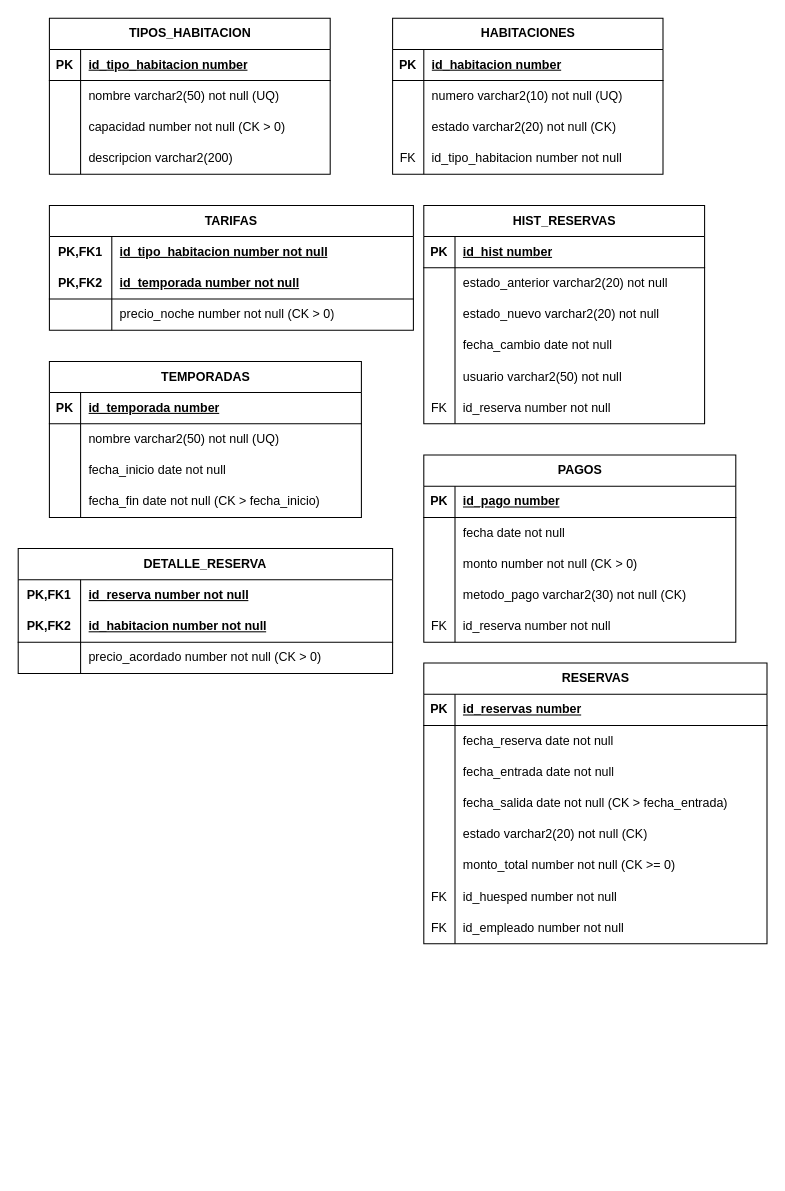
Before: G11_Modelo_Relacional .drawio in byronma-ui/hotel-costa-pacifico, a draw.io diagram. Source tidied: cells renumbered, new cells numbered last; positions are measured from the earlier drawing's top-left corner, leaving out a move shared by most shapes. Both pictures are drawn from the tidied source at 104%, with x=0, y=0 at pixel (18, 18).
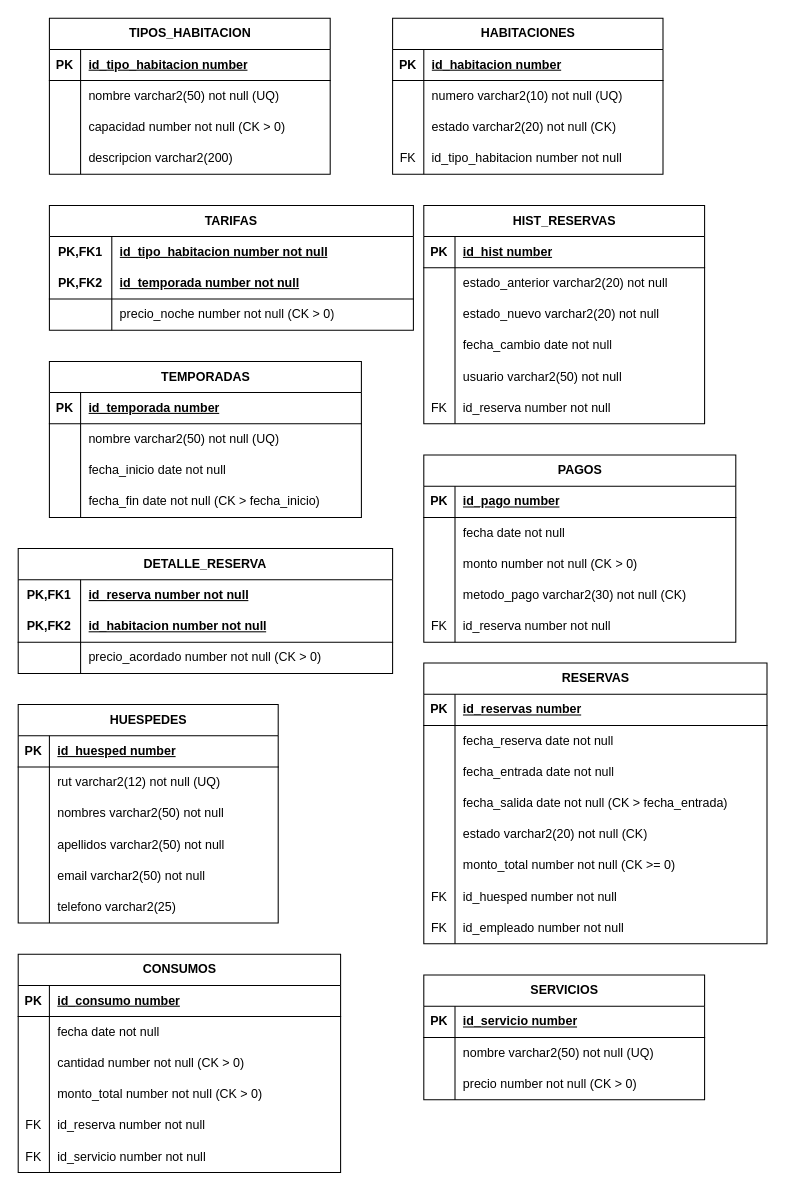
The same page after the edit.

Diff of the diagram source:
```diff
@@
+    <mxCell id="121" value="HUESPEDES" style="shape=table;startSize=30;childLayout=tableLayout;rowLines=0;fontStyle=1;align=center;html=1;" parent="1" vertex="1">
+      <mxGeometry y="660" width="250" height="210" as="geometry" />
+    </mxCell>
+    <mxCell id="122" style="shape=tableRow;horizontal=0;startSize=0;swimlaneHead=0;swimlaneBody=0;fillColor=none;top=0;left=0;right=0;bottom=1;" parent="121" vertex="1">
+      <mxGeometry y="30" width="250" height="30" as="geometry" />
+    </mxCell>
+    <mxCell id="123" value="PK" style="shape=partialRectangle;fillColor=none;top=0;left=0;bottom=0;right=0;fontStyle=1;overflow=hidden;whiteSpace=wrap;html=1;" parent="122" vertex="1">
+      <mxGeometry width="30" height="30" as="geometry" />
+    </mxCell>
+    <mxCell id="124" value="id_huesped number" style="shape=partialRectangle;fillColor=none;top=0;left=0;bottom=0;right=0;align=left;spacingLeft=6;fontStyle=5;overflow=hidden;whiteSpace=wrap;html=1;" parent="122" vertex="1">
+      <mxGeometry x="30" width="220" height="30" as="geometry" />
+    </mxCell>
+    <mxCell id="125" style="shape=tableRow;horizontal=0;startSize=0;swimlaneHead=0;swimlaneBody=0;fillColor=none;top=0;left=0;right=0;bottom=0;" parent="121" vertex="1">
+      <mxGeometry y="60" width="250" height="30" as="geometry" />
+    </mxCell>
+    <mxCell id="126" style="shape=partialRectangle;fillColor=none;top=0;left=0;bottom=0;right=0;overflow=hidden;whiteSpace=wrap;html=1;" parent="125" vertex="1">
+      <mxGeometry width="30" height="30" as="geometry" />
+    </mxCell>
+    <mxCell id="127" value="rut varchar2(12) not null (UQ)" style="shape=partialRectangle;fillColor=none;top=0;left=0;bottom=0;right=0;align=left;spacingLeft=6;overflow=hidden;whiteSpace=wrap;html=1;" parent="125" vertex="1">
+      <mxGeometry x="30" width="220" height="30" as="geometry" />
+    </mxCell>
+    <mxCell id="128" style="shape=tableRow;horizontal=0;startSize=0;swimlaneHead=0;swimlaneBody=0;fillColor=none;top=0;left=0;right=0;bottom=0;" parent="121" vertex="1">
+      <mxGeometry y="90" width="250" height="30" as="geometry" />
+    </mxCell>
+    <mxCell id="129" style="shape=partialRectangle;fillColor=none;top=0;left=0;bottom=0;right=0;overflow=hidden;whiteSpace=wrap;html=1;" parent="128" vertex="1">
+      <mxGeometry width="30" height="30" as="geometry" />
+    </mxCell>
+    <mxCell id="130" value="nombres varchar2(50) not null" style="shape=partialRectangle;fillColor=none;top=0;left=0;bottom=0;right=0;align=left;spacingLeft=6;overflow=hidden;whiteSpace=wrap;html=1;" parent="128" vertex="1">
+      <mxGeometry x="30" width="220" height="30" as="geometry" />
+    </mxCell>
+    <mxCell id="131" style="shape=tableRow;horizontal=0;startSize=0;swimlaneHead=0;swimlaneBody=0;fillColor=none;top=0;left=0;right=0;bottom=0;" parent="121" vertex="1">
+      <mxGeometry y="120" width="250" height="30" as="geometry" />
+    </mxCell>
+    <mxCell id="132" style="shape=partialRectangle;fillColor=none;top=0;left=0;bottom=0;right=0;overflow=hidden;whiteSpace=wrap;html=1;" parent="131" vertex="1">
+      <mxGeometry width="30" height="30" as="geometry" />
+    </mxCell>
+    <mxCell id="133" value="apellidos varchar2(50) not null" style="shape=partialRectangle;fillColor=none;top=0;left=0;bottom=0;right=0;align=left;spacingLeft=6;overflow=hidden;whiteSpace=wrap;html=1;" parent="131" vertex="1">
+      <mxGeometry x="30" width="220" height="30" as="geometry" />
+    </mxCell>
+    <mxCell id="134" style="shape=tableRow;horizontal=0;startSize=0;swimlaneHead=0;swimlaneBody=0;fillColor=none;top=0;left=0;right=0;bottom=0;" parent="121" vertex="1">
+      <mxGeometry y="150" width="250" height="30" as="geometry" />
+    </mxCell>
+    <mxCell id="135" style="shape=partialRectangle;fillColor=none;top=0;left=0;bottom=0;right=0;overflow=hidden;whiteSpace=wrap;html=1;" parent="134" vertex="1">
+      <mxGeometry width="30" height="30" as="geometry" />
+    </mxCell>
+    <mxCell id="136" value="email varchar2(50) not null" style="shape=partialRectangle;fillColor=none;top=0;left=0;bottom=0;right=0;align=left;spacingLeft=6;overflow=hidden;whiteSpace=wrap;html=1;" parent="134" vertex="1">
+      <mxGeometry x="30" width="220" height="30" as="geometry" />
+    </mxCell>
+    <mxCell id="137" style="shape=tableRow;horizontal=0;startSize=0;swimlaneHead=0;swimlaneBody=0;fillColor=none;top=0;left=0;right=0;bottom=0;" parent="121" vertex="1">
+      <mxGeometry y="180" width="250" height="30" as="geometry" />
+    </mxCell>
+    <mxCell id="138" style="shape=partialRectangle;fillColor=none;top=0;left=0;bottom=0;right=0;overflow=hidden;whiteSpace=wrap;html=1;" parent="137" vertex="1">
+      <mxGeometry width="30" height="30" as="geometry" />
+    </mxCell>
+    <mxCell id="139" value="telefono varchar2(25)" style="shape=partialRectangle;fillColor=none;top=0;left=0;bottom=0;right=0;align=left;spacingLeft=6;overflow=hidden;whiteSpace=wrap;html=1;" parent="137" vertex="1">
+      <mxGeometry x="30" width="220" height="30" as="geometry" />
+    </mxCell>
+    <mxCell id="140" value="SERVICIOS" style="shape=table;startSize=30;childLayout=tableLayout;rowLines=0;fontStyle=1;align=center;html=1;" parent="1" vertex="1">
+      <mxGeometry x="390" y="920" width="270" height="120" as="geometry" />
+    </mxCell>
+    <mxCell id="141" style="shape=tableRow;horizontal=0;startSize=0;swimlaneHead=0;swimlaneBody=0;fillColor=none;top=0;left=0;right=0;bottom=1;" parent="140" vertex="1">
+      <mxGeometry y="30" width="270" height="30" as="geometry" />
+    </mxCell>
+    <mxCell id="142" value="PK" style="shape=partialRectangle;fillColor=none;top=0;left=0;bottom=0;right=0;fontStyle=1;overflow=hidden;whiteSpace=wrap;html=1;" parent="141" vertex="1">
+      <mxGeometry width="30" height="30" as="geometry" />
+    </mxCell>
+    <mxCell id="143" value="id_servicio number" style="shape=partialRectangle;fillColor=none;top=0;left=0;bottom=0;right=0;align=left;spacingLeft=6;fontStyle=5;overflow=hidden;whiteSpace=wrap;html=1;" parent="141" vertex="1">
+      <mxGeometry x="30" width="240" height="30" as="geometry" />
+    </mxCell>
+    <mxCell id="144" style="shape=tableRow;horizontal=0;startSize=0;swimlaneHead=0;swimlaneBody=0;fillColor=none;top=0;left=0;right=0;bottom=0;" parent="140" vertex="1">
+      <mxGeometry y="60" width="270" height="30" as="geometry" />
+    </mxCell>
+    <mxCell id="145" style="shape=partialRectangle;fillColor=none;top=0;left=0;bottom=0;right=0;overflow=hidden;whiteSpace=wrap;html=1;" parent="144" vertex="1">
+      <mxGeometry width="30" height="30" as="geometry" />
+    </mxCell>
+    <mxCell id="146" value="nombre varchar2(50) not null (UQ)" style="shape=partialRectangle;fillColor=none;top=0;left=0;bottom=0;right=0;align=left;spacingLeft=6;overflow=hidden;whiteSpace=wrap;html=1;" parent="144" vertex="1">
+      <mxGeometry x="30" width="240" height="30" as="geometry" />
+    </mxCell>
+    <mxCell id="147" style="shape=tableRow;horizontal=0;startSize=0;swimlaneHead=0;swimlaneBody=0;fillColor=none;top=0;left=0;right=0;bottom=0;" parent="140" vertex="1">
+      <mxGeometry y="90" width="270" height="30" as="geometry" />
+    </mxCell>
+    <mxCell id="148" style="shape=partialRectangle;fillColor=none;top=0;left=0;bottom=0;right=0;overflow=hidden;whiteSpace=wrap;html=1;" parent="147" vertex="1">
+      <mxGeometry width="30" height="30" as="geometry" />
+    </mxCell>
+    <mxCell id="149" value="precio number not null (CK &amp;gt; 0)" style="shape=partialRectangle;fillColor=none;top=0;left=0;bottom=0;right=0;align=left;spacingLeft=6;overflow=hidden;whiteSpace=wrap;html=1;" parent="147" vertex="1">
+      <mxGeometry x="30" width="240" height="30" as="geometry" />
+    </mxCell>
+    <mxCell id="150" value="CONSUMOS" style="shape=table;startSize=30;childLayout=tableLayout;rowLines=0;fontStyle=1;align=center;html=1;" parent="1" vertex="1">
+      <mxGeometry y="900" width="310" height="210" as="geometry" />
+    </mxCell>
+    <mxCell id="151" style="shape=tableRow;horizontal=0;startSize=0;swimlaneHead=0;swimlaneBody=0;fillColor=none;top=0;left=0;right=0;bottom=1;" parent="150" vertex="1">
+      <mxGeometry y="30" width="310" height="30" as="geometry" />
+    </mxCell>
+    <mxCell id="152" value="PK" style="shape=partialRectangle;fillColor=none;top=0;left=0;bottom=0;right=0;fontStyle=1;overflow=hidden;whiteSpace=wrap;html=1;" parent="151" vertex="1">
+      <mxGeometry width="30" height="30" as="geometry" />
+    </mxCell>
+    <mxCell id="153" value="id_consumo number" style="shape=partialRectangle;fillColor=none;top=0;left=0;bottom=0;right=0;align=left;spacingLeft=6;fontStyle=5;overflow=hidden;whiteSpace=wrap;html=1;" parent="151" vertex="1">
+      <mxGeometry x="30" width="280" height="30" as="geometry" />
+    </mxCell>
+    <mxCell id="154" style="shape=tableRow;horizontal=0;startSize=0;swimlaneHead=0;swimlaneBody=0;fillColor=none;top=0;left=0;right=0;bottom=0;" parent="150" vertex="1">
+      <mxGeometry y="60" width="310" height="30" as="geometry" />
+    </mxCell>
+    <mxCell id="155" style="shape=partialRectangle;fillColor=none;top=0;left=0;bottom=0;right=0;overflow=hidden;whiteSpace=wrap;html=1;" parent="154" vertex="1">
+      <mxGeometry width="30" height="30" as="geometry" />
+    </mxCell>
+    <mxCell id="156" value="fecha date not null" style="shape=partialRectangle;fillColor=none;top=0;left=0;bottom=0;right=0;align=left;spacingLeft=6;overflow=hidden;whiteSpace=wrap;html=1;" parent="154" vertex="1">
+      <mxGeometry x="30" width="280" height="30" as="geometry" />
+    </mxCell>
+    <mxCell id="157" style="shape=tableRow;horizontal=0;startSize=0;swimlaneHead=0;swimlaneBody=0;fillColor=none;top=0;left=0;right=0;bottom=0;" parent="150" vertex="1">
+      <mxGeometry y="90" width="310" height="30" as="geometry" />
+    </mxCell>
+    <mxCell id="158" style="shape=partialRectangle;fillColor=none;top=0;left=0;bottom=0;right=0;overflow=hidden;whiteSpace=wrap;html=1;" parent="157" vertex="1">
+      <mxGeometry width="30" height="30" as="geometry" />
+    </mxCell>
+    <mxCell id="159" value="cantidad number not null (CK &amp;gt; 0)" style="shape=partialRectangle;fillColor=none;top=0;left=0;bottom=0;right=0;align=left;spacingLeft=6;overflow=hidden;whiteSpace=wrap;html=1;" parent="157" vertex="1">
+      <mxGeometry x="30" width="280" height="30" as="geometry" />
+    </mxCell>
+    <mxCell id="160" style="shape=tableRow;horizontal=0;startSize=0;swimlaneHead=0;swimlaneBody=0;fillColor=none;top=0;left=0;right=0;bottom=0;" parent="150" vertex="1">
+      <mxGeometry y="120" width="310" height="30" as="geometry" />
+    </mxCell>
+    <mxCell id="161" style="shape=partialRectangle;fillColor=none;top=0;left=0;bottom=0;right=0;overflow=hidden;whiteSpace=wrap;html=1;" parent="160" vertex="1">
+      <mxGeometry width="30" height="30" as="geometry" />
+    </mxCell>
+    <mxCell id="162" value="monto_total number not null (CK &amp;gt; 0)" style="shape=partialRectangle;fillColor=none;top=0;left=0;bottom=0;right=0;align=left;spacingLeft=6;overflow=hidden;whiteSpace=wrap;html=1;" parent="160" vertex="1">
+      <mxGeometry x="30" width="280" height="30" as="geometry" />
+    </mxCell>
+    <mxCell id="163" style="shape=tableRow;horizontal=0;startSize=0;swimlaneHead=0;swimlaneBody=0;fillColor=none;top=0;left=0;right=0;bottom=0;" parent="150" vertex="1">
+      <mxGeometry y="150" width="310" height="30" as="geometry" />
+    </mxCell>
+    <mxCell id="164" value="FK" style="shape=partialRectangle;fillColor=none;top=0;left=0;bottom=0;right=0;overflow=hidden;whiteSpace=wrap;html=1;" parent="163" vertex="1">
+      <mxGeometry width="30" height="30" as="geometry" />
+    </mxCell>
+    <mxCell id="165" value="id_reserva number not null" style="shape=partialRectangle;fillColor=none;top=0;left=0;bottom=0;right=0;align=left;spacingLeft=6;overflow=hidden;whiteSpace=wrap;html=1;" parent="163" vertex="1">
+      <mxGeometry x="30" width="280" height="30" as="geometry" />
+    </mxCell>
+    <mxCell id="166" style="shape=tableRow;horizontal=0;startSize=0;swimlaneHead=0;swimlaneBody=0;fillColor=none;top=0;left=0;right=0;bottom=0;" parent="150" vertex="1">
+      <mxGeometry y="180" width="310" height="30" as="geometry" />
+    </mxCell>
+    <mxCell id="167" value="FK" style="shape=partialRectangle;fillColor=none;top=0;left=0;bottom=0;right=0;overflow=hidden;whiteSpace=wrap;html=1;" parent="166" vertex="1">
+      <mxGeometry width="30" height="30" as="geometry" />
+    </mxCell>
+    <mxCell id="168" value="id_servicio number not null" style="shape=partialRectangle;fillColor=none;top=0;left=0;bottom=0;right=0;align=left;spacingLeft=6;overflow=hidden;whiteSpace=wrap;html=1;" parent="166" vertex="1">
+      <mxGeometry x="30" width="280" height="30" as="geometry" />
+    </mxCell>
```
